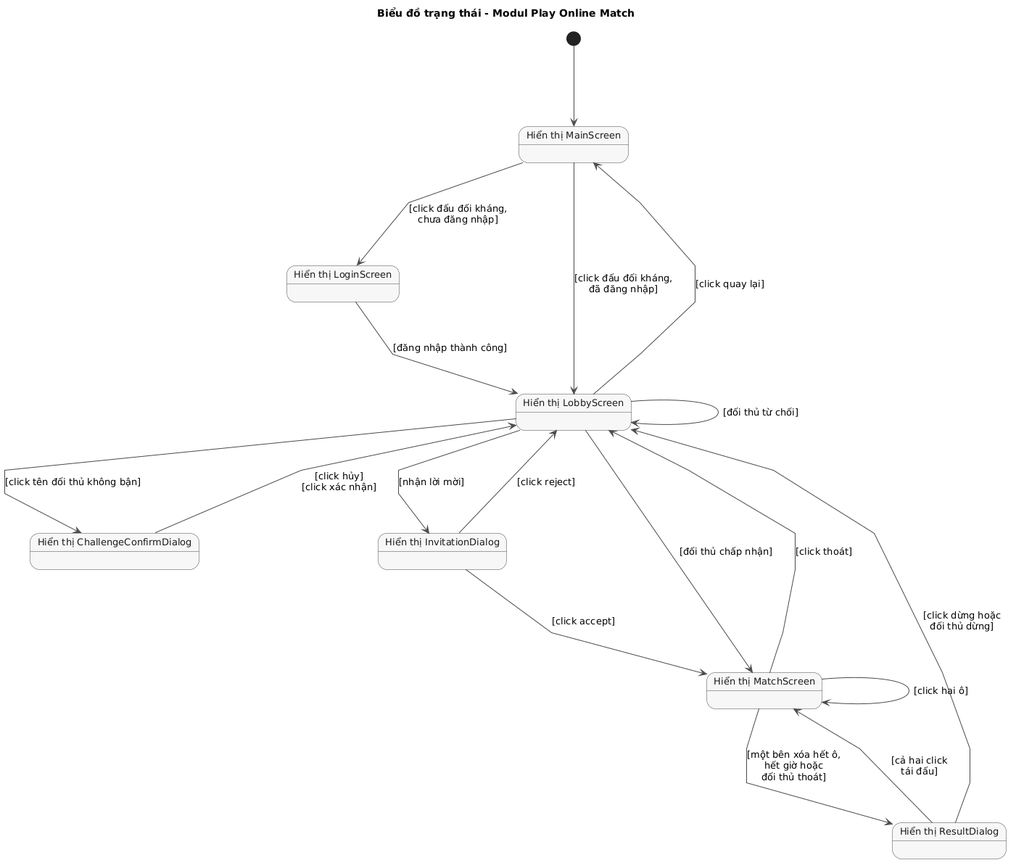
Earlier version of the PlantUML export docs/uml/pha2/state-m4.png (VattenL/mobile-pikachu).
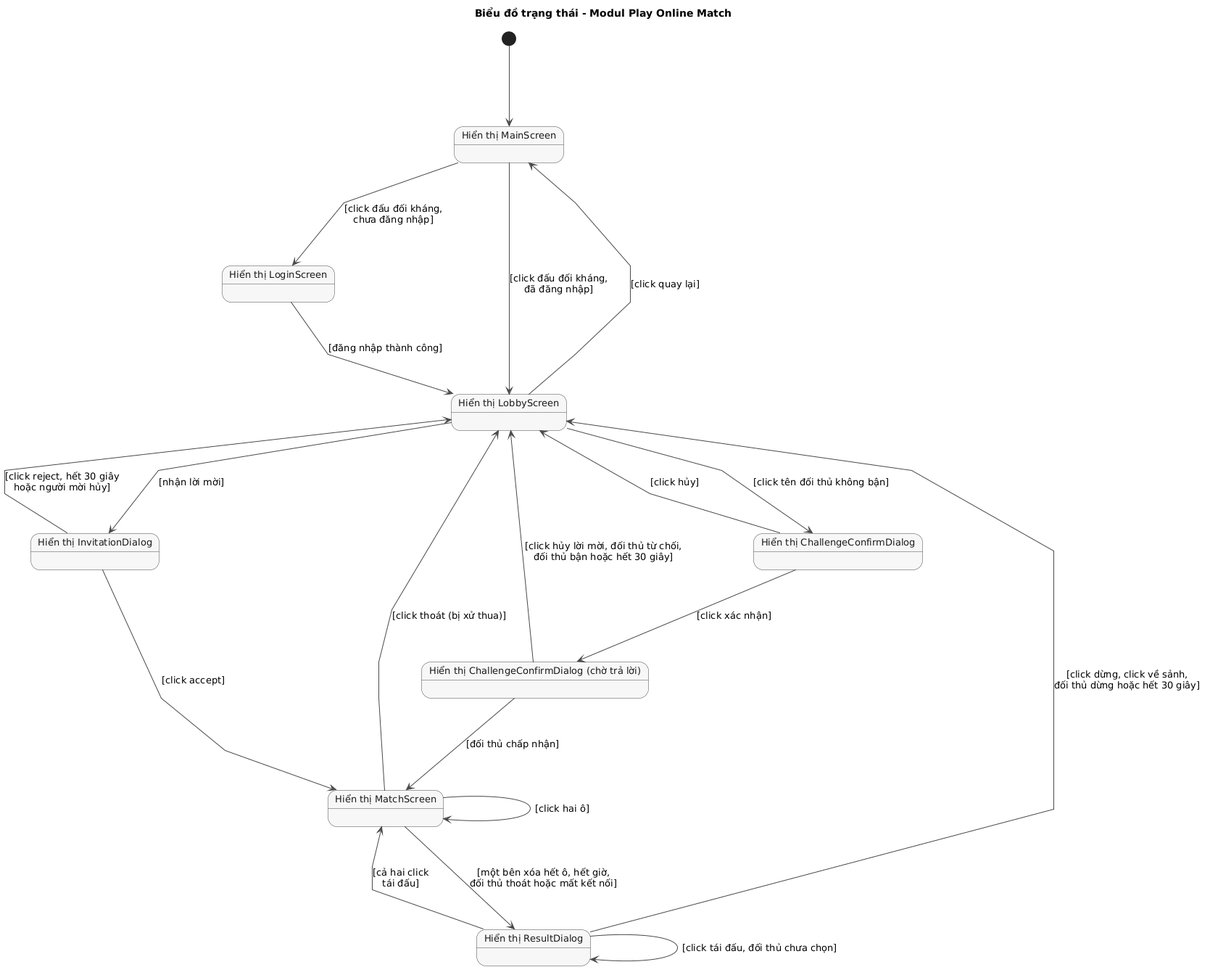
After the change.

What changed in the source:
```diff
@@ -17,6 +17,7 @@
 state "Hiển thị LoginScreen" as Login
 state "Hiển thị LobbyScreen" as Lobby
 state "Hiển thị ChallengeConfirmDialog" as Confirm
+state "Hiển thị ChallengeConfirmDialog (chờ trả lời)" as Waiting
 state "Hiển thị InvitationDialog" as Invitation
 state "Hiển thị MatchScreen" as Match
 state "Hiển thị ResultDialog" as Result
@@ -27,15 +28,17 @@
 Main --> Lobby : [click đấu đối kháng,\nđã đăng nhập]
 Lobby --> Main : [click quay lại]
 Lobby --> Confirm : [click tên đối thủ không bận]
-Confirm --> Lobby : [click hủy]\n[click xác nhận]
-Lobby --> Lobby : [đối thủ từ chối]
+Confirm --> Lobby : [click hủy]
+Confirm --> Waiting : [click xác nhận]
+Waiting --> Lobby : [click hủy lời mời, đối thủ từ chối,\nđối thủ bận hoặc hết 30 giây]
+Waiting --> Match : [đối thủ chấp nhận]
 Lobby --> Invitation : [nhận lời mời]
-Invitation --> Lobby : [click reject]
+Invitation --> Lobby : [click reject, hết 30 giây\nhoặc người mời hủy]
 Invitation --> Match : [click accept]
-Lobby --> Match : [đối thủ chấp nhận]
 Match --> Match : [click hai ô]
-Match --> Lobby : [click thoát]
-Match --> Result : [một bên xóa hết ô,\nhết giờ hoặc\nđối thủ thoát]
+Match --> Lobby : [click thoát (bị xử thua)]
+Match --> Result : [một bên xóa hết ô, hết giờ,\nđối thủ thoát hoặc mất kết nối]
+Result --> Result : [click tái đấu, đối thủ chưa chọn]
 Result --> Match : [cả hai click\ntái đấu]
-Result --> Lobby : [click dừng hoặc\nđối thủ dừng]
+Result --> Lobby : [click dừng, click về sảnh,\nđối thủ dừng hoặc hết 30 giây]
 @enduml
```
